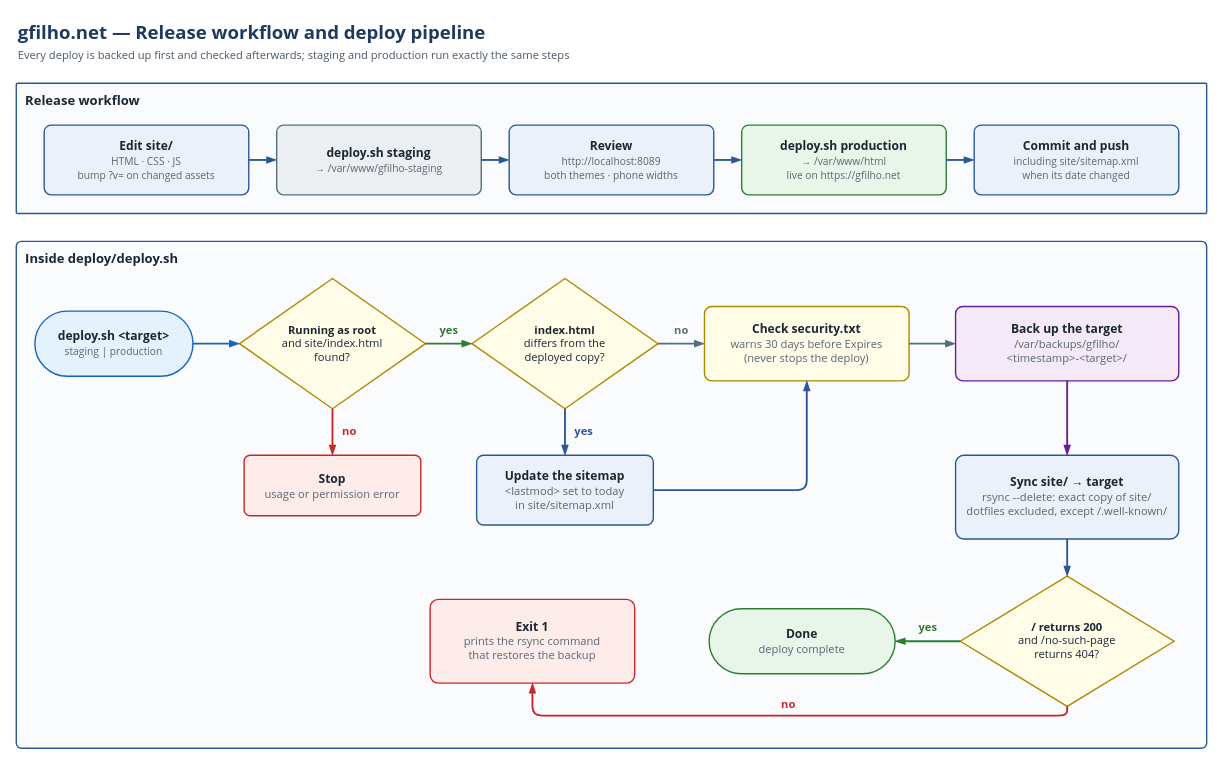
The draw.io diagram docs/architecture/gfilho-deploy-pipeline.drawio in biazini/gfilho-website, before the edit. Source tidied: cells renumbered, new cells numbered last; positions are measured from the earlier drawing's top-left corner, leaving out a move shared by most shapes. Both pictures are drawn from the tidied source at 93%, with x=0, y=0 at pixel (16, 16).
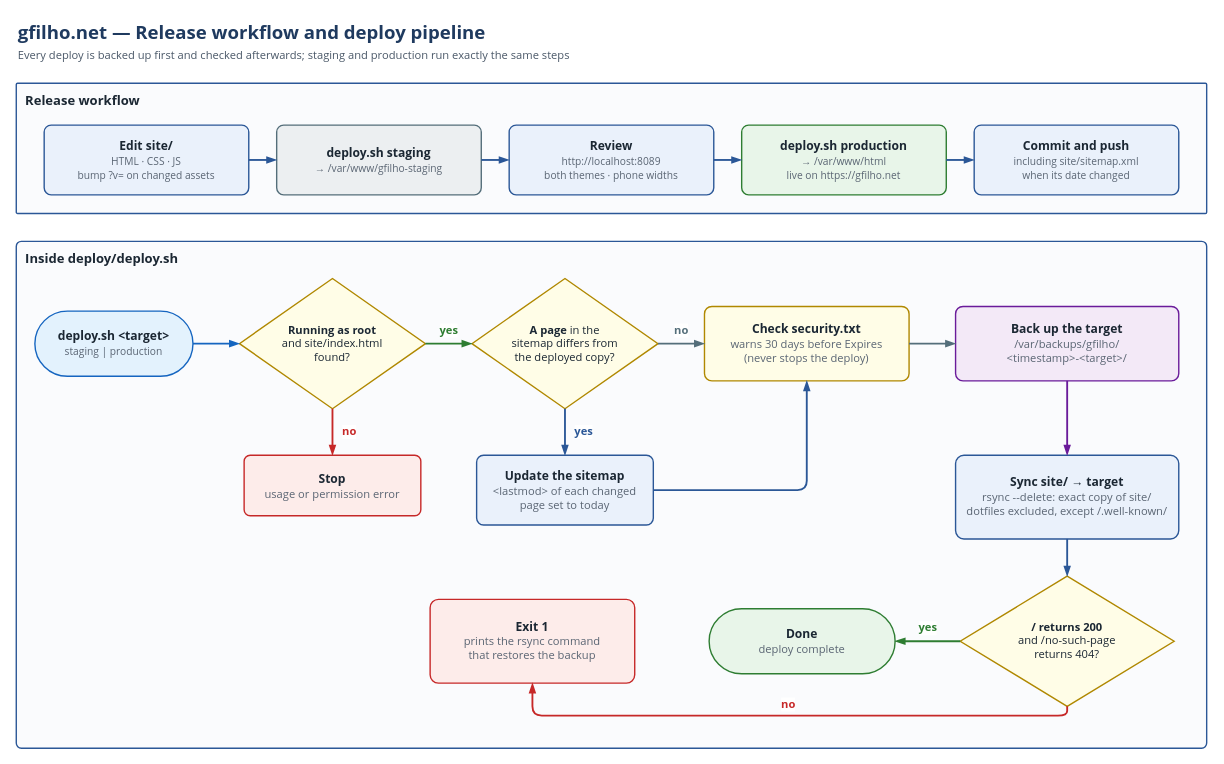
The same diagram, later.

The change refers to these unchanged cells:
```xml
<mxCell id="14" value="Inside deploy/deploy.sh" style="rounded=1;whiteSpace=wrap;html=1;fillColor=#FAFBFD;strokeColor=#2B5797;fontSize=14;arcSize=1;fontFamily=Segoe UI;fontColor=#1B2733;align=left;verticalAlign=top;spacingTop=4;spacingLeft=8;fontStyle=1;strokeWidth=1.5;" parent="1" vertex="1">
  <mxGeometry y="242" width="1280" height="545" as="geometry" />
</mxCell>
```

Change to the diagram source:
```diff
@@
-    <mxCell id="17" value="&lt;b&gt;index.html&lt;/b&gt;&lt;br&gt;differs from the&lt;br&gt;deployed copy?" style="rhombus;whiteSpace=wrap;html=1;fillColor=#FFFDE7;strokeColor=#B08800;fontSize=12;fontFamily=Segoe UI;fontColor=#1B2733;align=center;strokeWidth=1.5;spacing=18;" parent="14" vertex="1">
+    <mxCell id="17" value="&lt;b&gt;A page&lt;/b&gt; in the&lt;br&gt;sitemap differs from&lt;br&gt;the deployed copy?" style="rhombus;whiteSpace=wrap;html=1;fillColor=#FFFDE7;strokeColor=#B08800;fontSize=12;fontFamily=Segoe UI;fontColor=#1B2733;align=center;strokeWidth=1.5;spacing=18;" parent="14" vertex="1">
       <mxGeometry x="490" y="40" width="200" height="140" as="geometry" />
     </mxCell>
@@
-    <mxCell id="21" value="&lt;b&gt;Update the sitemap&lt;/b&gt;&lt;br&gt;&lt;font style=&quot;font-size:12px&quot; color=&quot;#5A6573&quot;&gt;&amp;lt;lastmod&amp;gt; set to today&lt;br&gt;in site/sitemap.xml&lt;/font&gt;" style="rounded=1;whiteSpace=wrap;html=1;fillColor=#EAF1FB;strokeColor=#2B5797;fontSize=13;arcSize=10;fontFamily=Segoe UI;fontColor=#1B2733;align=center;strokeWidth=1.5;spacing=6;" parent="14" vertex="1">
+    <mxCell id="21" value="&lt;b&gt;Update the sitemap&lt;/b&gt;&lt;br&gt;&lt;font style=&quot;font-size:12px&quot; color=&quot;#5A6573&quot;&gt;&amp;lt;lastmod&amp;gt; of each changed&lt;br&gt;page set to today&lt;/font&gt;" style="rounded=1;whiteSpace=wrap;html=1;fillColor=#EAF1FB;strokeColor=#2B5797;fontSize=13;arcSize=10;fontFamily=Segoe UI;fontColor=#1B2733;align=center;strokeWidth=1.5;spacing=6;" parent="14" vertex="1">
       <mxGeometry x="495" y="230" width="190" height="75" as="geometry" />
     </mxCell>
```
